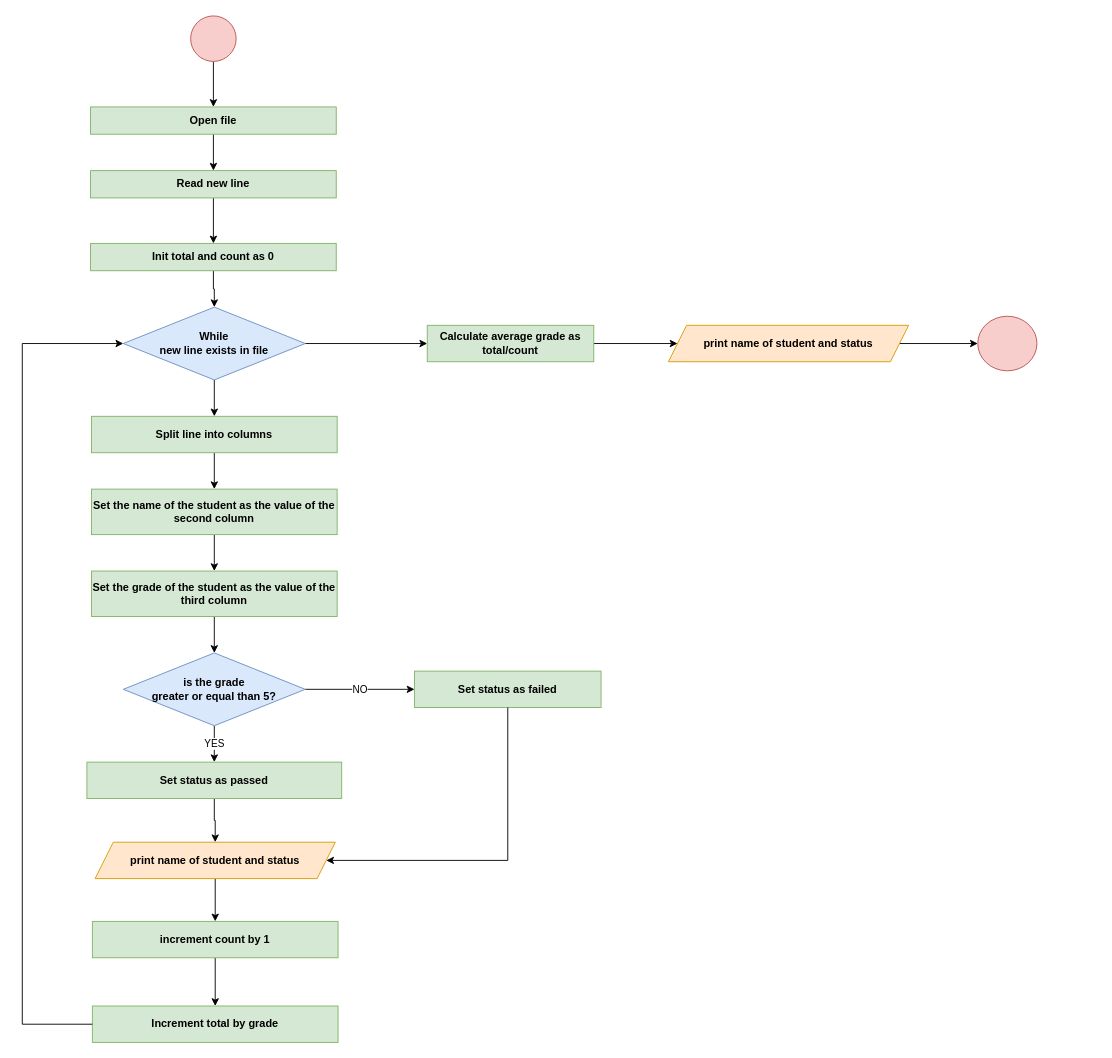
ffraile/computer_science_tutorials keeps this draw.io diagram as Programming/Extra Exercises/img/student_marks.drawio. Above is the earlier version. Source tidied: cells renumbered, new cells numbered last; positions are measured from the earlier drawing's top-left corner, leaving out a move shared by most shapes. Both pictures are drawn from the tidied source at 91%, with x=0, y=0 at pixel (22, 15).
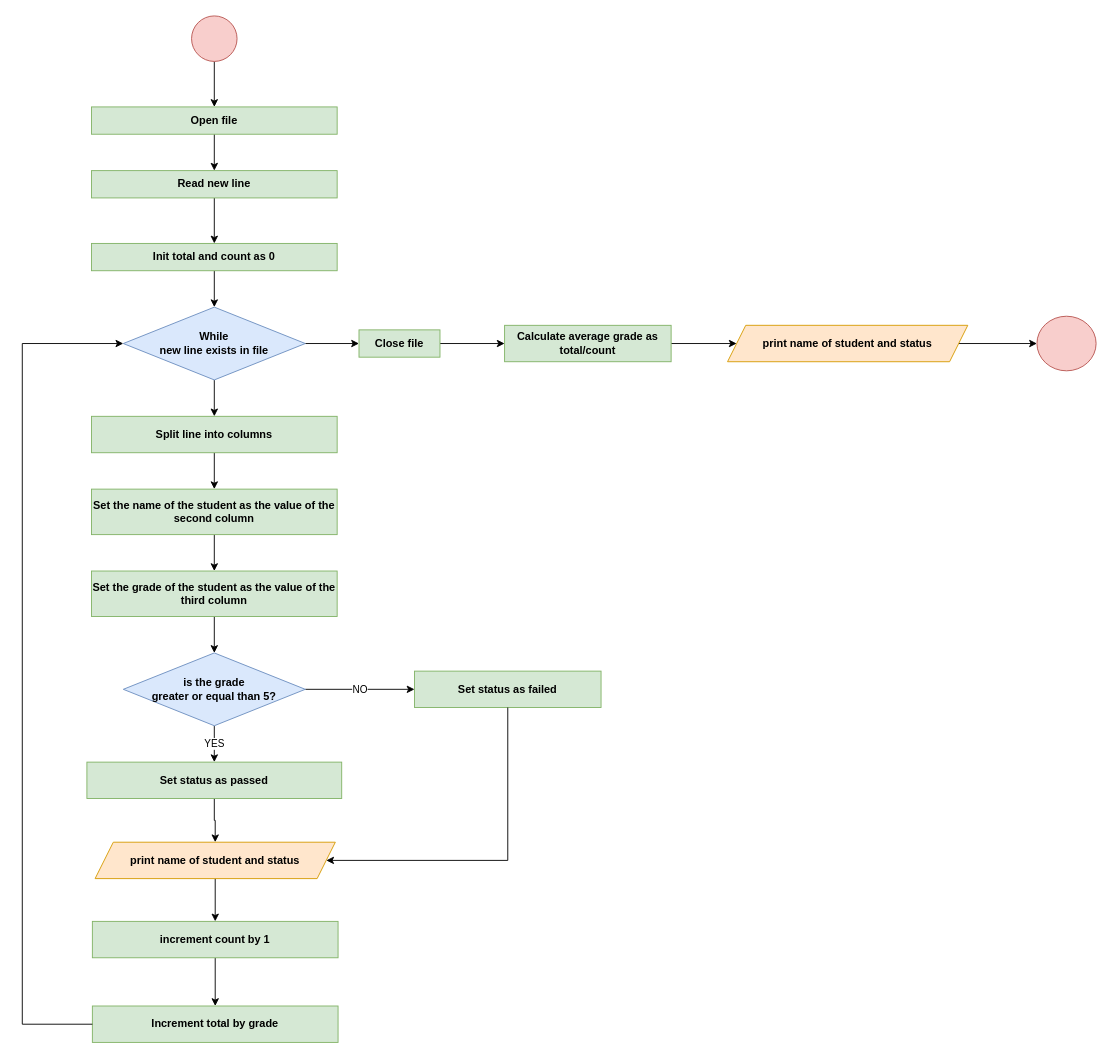
The same page after the edit.

The change refers to these unchanged cells:
```xml
<mxCell id="6" value="While &lt;br&gt;new line exists in file" style="rhombus;whiteSpace=wrap;html=1;fillColor=#dae8fc;strokeColor=#6c8ebf;fontStyle=1;" parent="1" vertex="1">
  <mxGeometry x="111" y="320" width="200" height="80" as="geometry" />
</mxCell>
```

Change to the diagram source:
```diff
@@
     <mxCell id="3" style="ellipse;whiteSpace=wrap;html=1;fillColor=#f8cecc;strokeColor=#b85450;" parent="1" vertex="1">
-      <mxGeometry x="185" width="50" height="50" as="geometry" />
+      <mxGeometry x="186" width="50" height="50" as="geometry" />
     </mxCell>
@@
-    <mxCell id="5" style="edgeStyle=orthogonalEdgeStyle;rounded=0;jettySize=auto;html=1;entryX=0;entryY=0.5;entryDx=0;entryDy=0;" parent="1" edge="1" source="6" target="34">
+    <mxCell id="5" style="edgeStyle=orthogonalEdgeStyle;rounded=0;jettySize=auto;html=1;" parent="1" edge="1" source="6" target="38">
       <mxGeometry relative="1" as="geometry" />
     </mxCell>
@@
     <mxCell id="12" style="ellipse;whiteSpace=wrap;html=1;fontStyle=1;strokeColor=#b85450;fillColor=#f8cecc;" parent="1" vertex="1">
-      <mxGeometry x="1050" y="330" width="65" height="60" as="geometry" />
+      <mxGeometry x="1115" y="330" width="65" height="60" as="geometry" />
     </mxCell>
@@
     <mxCell id="14" value="Open file" style="rounded=0;whiteSpace=wrap;html=1;fillColor=#d5e8d4;strokeColor=#82b366;fontStyle=1;" parent="1" vertex="1">
-      <mxGeometry x="75" y="100" width="270" height="30" as="geometry" />
+      <mxGeometry x="76" y="100" width="270" height="30" as="geometry" />
     </mxCell>
@@
     <mxCell id="16" value="Read new line" style="rounded=0;whiteSpace=wrap;html=1;fillColor=#d5e8d4;strokeColor=#82b366;fontStyle=1;" parent="1" vertex="1">
-      <mxGeometry x="75" y="170" width="270" height="30" as="geometry" />
+      <mxGeometry x="76" y="170" width="270" height="30" as="geometry" />
     </mxCell>
@@
     <mxCell id="28" value="Init total and count as 0" style="rounded=0;whiteSpace=wrap;html=1;fillColor=#d5e8d4;strokeColor=#82b366;fontStyle=1;" parent="1" vertex="1">
-      <mxGeometry x="75" y="250" width="270" height="30" as="geometry" />
+      <mxGeometry x="76" y="250" width="270" height="30" as="geometry" />
     </mxCell>
@@
     <mxCell id="34" value="Calculate average grade as total/count" style="rounded=0;whiteSpace=wrap;html=1;fillColor=#d5e8d4;strokeColor=#82b366;fontStyle=1;" parent="1" vertex="1">
-      <mxGeometry x="445" y="340" width="183" height="40" as="geometry" />
+      <mxGeometry x="530" y="340" width="183" height="40" as="geometry" />
     </mxCell>
@@
     <mxCell id="36" value="print name of student and status" style="shape=parallelogram;perimeter=parallelogramPerimeter;whiteSpace=wrap;html=1;fixedSize=1;fillColor=#ffe6cc;strokeColor=#d79b00;fontStyle=1;" parent="1" vertex="1">
-      <mxGeometry x="710" y="340" width="264" height="40" as="geometry" />
+      <mxGeometry x="775" y="340" width="264" height="40" as="geometry" />
     </mxCell>
+    <mxCell id="37" style="edgeStyle=orthogonalEdgeStyle;rounded=0;jettySize=auto;html=1;" parent="1" edge="1" source="38" target="34">
+      <mxGeometry relative="1" as="geometry" />
+    </mxCell>
+    <mxCell id="38" value="Close file" style="rounded=0;whiteSpace=wrap;html=1;fillColor=#d5e8d4;strokeColor=#82b366;fontStyle=1;" parent="1" vertex="1">
+      <mxGeometry x="370" y="345" width="89" height="30" as="geometry" />
+    </mxCell>
```
